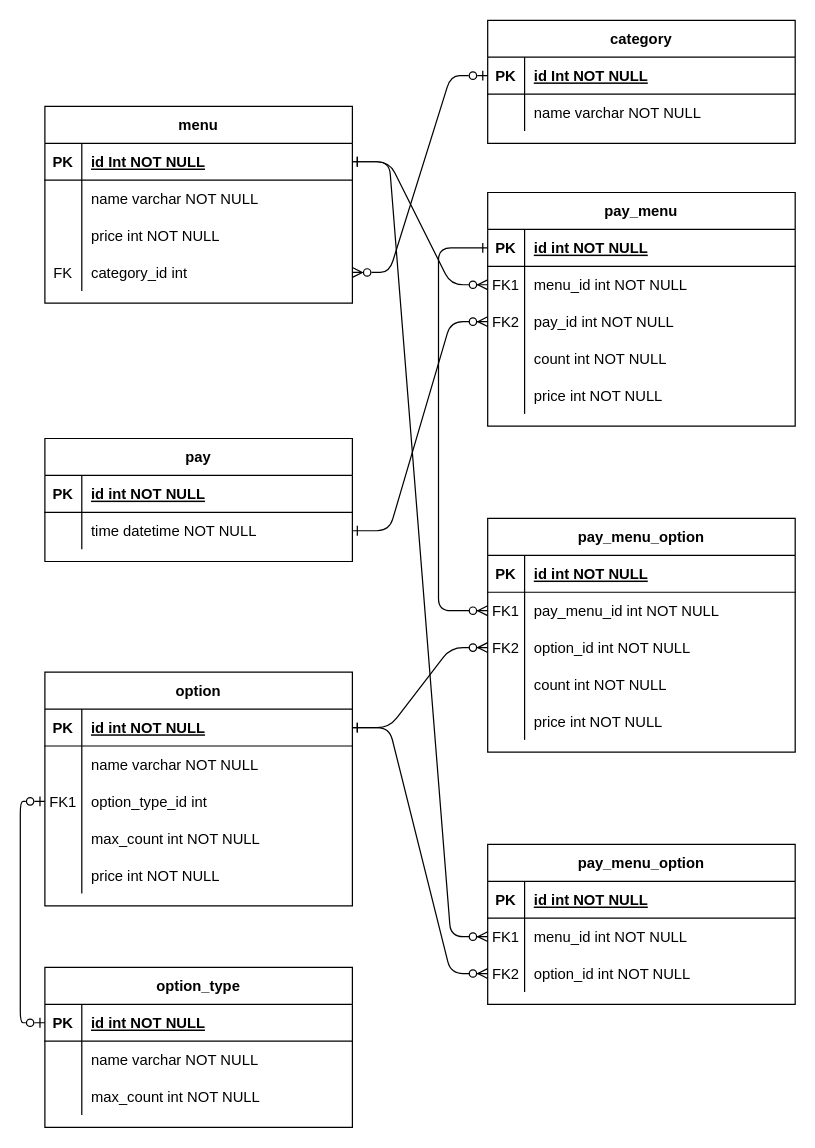
AII-the-time/design-document keeps this draw.io diagram as 1차 DB ERD.drawio. Above is the earlier version. Source tidied: cells renumbered, new cells numbered last; positions are measured from the earlier drawing's top-left corner, leaving out a move shared by most shapes. Both pictures are drawn from the tidied source at 123%, with x=0, y=0 at pixel (44, 20).
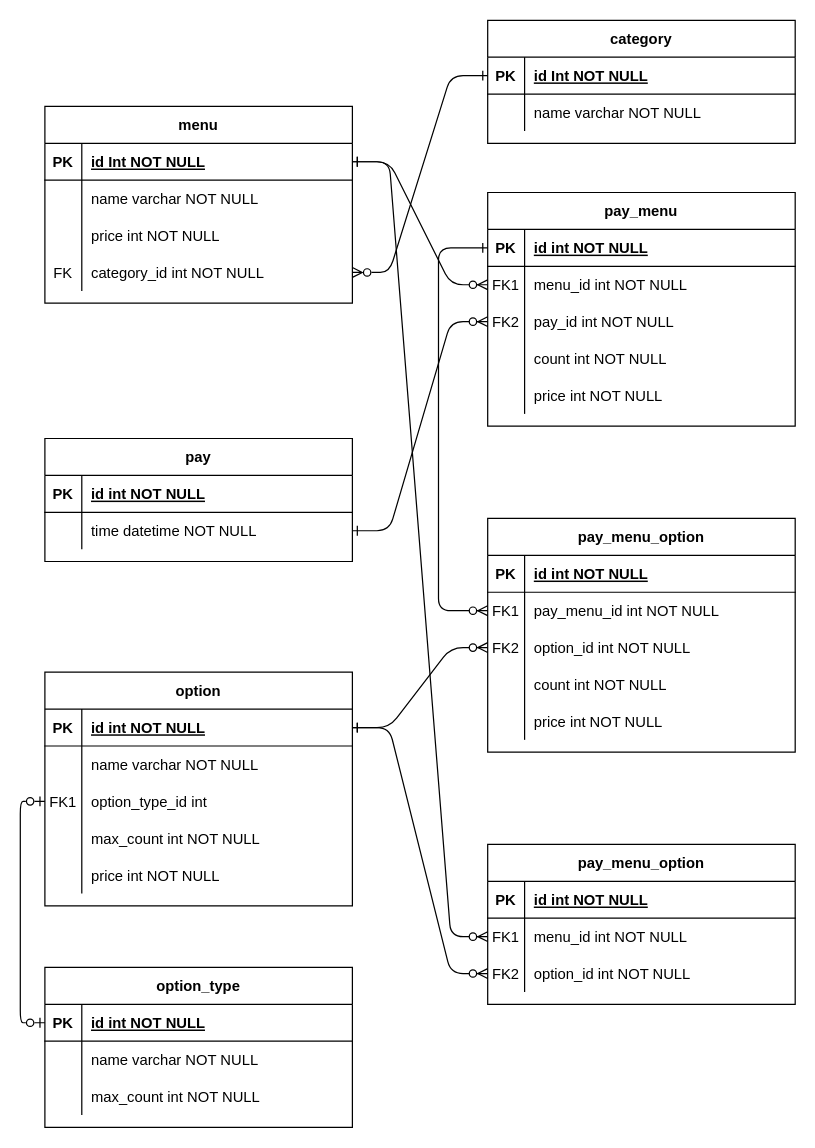
After the change.

Commit message:
1차 DB ERD.drawio 업데이트

Unchanged cells that the change refers to:
```xml
<mxCell id="36" style="shape=partialRectangle;fillColor=none;points=[[0,0.5],[1,0.5]];portConstraint=eastwest;top=0;left=0;right=0;bottom=0;" parent="26" vertex="1">
  <mxGeometry y="120" width="250" height="30" as="geometry" />
</mxCell>
<mxCell id="41" style="shape=partialRectangle;fillColor=none;points=[[0,0.5],[1,0.5]];portConstraint=eastwest;top=0;left=0;right=0;bottom=1;" parent="40" vertex="1">
  <mxGeometry y="30" width="250" height="30" as="geometry" />
</mxCell>
```

Diff of the diagram source:
```diff
@@
-    <mxCell id="38" value="category_id int" style="shape=partialRectangle;overflow=hidden;fillColor=none;top=0;left=0;bottom=0;right=0;align=left;spacingLeft=6;" parent="36" vertex="1">
+    <mxCell id="38" value="category_id int NOT NULL" style="shape=partialRectangle;overflow=hidden;fillColor=none;top=0;left=0;bottom=0;right=0;align=left;spacingLeft=6;" parent="36" vertex="1">
       <mxGeometry x="30" width="220" height="30" as="geometry" />
     </mxCell>
@@
-    <mxCell id="47" style="edgeStyle=entityRelationEdgeStyle;rounded=1;jettySize=auto;html=1;strokeColor=default;startArrow=ERzeroToOne;startFill=0;endArrow=ERzeroToMany;endFill=0;" parent="1" edge="1" source="41" target="36">
+    <mxCell id="47" style="edgeStyle=entityRelationEdgeStyle;rounded=1;jettySize=auto;html=1;strokeColor=default;startArrow=ERone;startFill=0;endArrow=ERzeroToMany;endFill=0;" parent="1" edge="1" source="41" target="36">
       <mxGeometry relative="1" as="geometry" />
     </mxCell>
```
